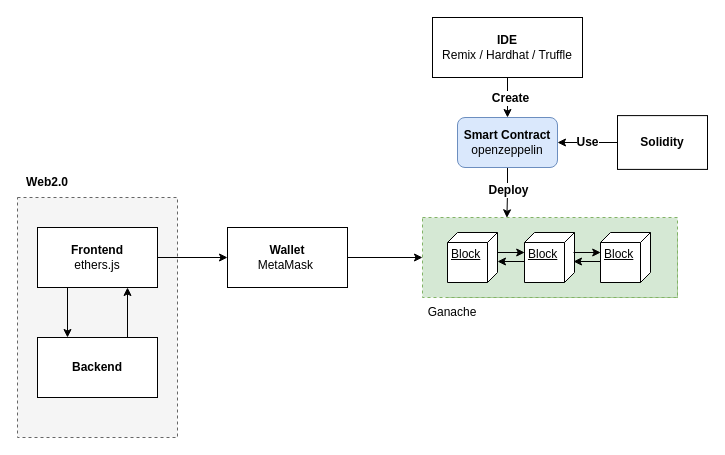
The draw.io diagram page "Page-2" (2 of 2) of web3-map.drawio in LiuJin1203/graph, before the edit. Source tidied: cells renumbered, new cells numbered last; positions are measured from the earlier drawing's top-left corner, leaving out a move shared by most shapes. Both pictures are drawn from the tidied source at 100%, with x=0, y=0 at pixel (17, 17).
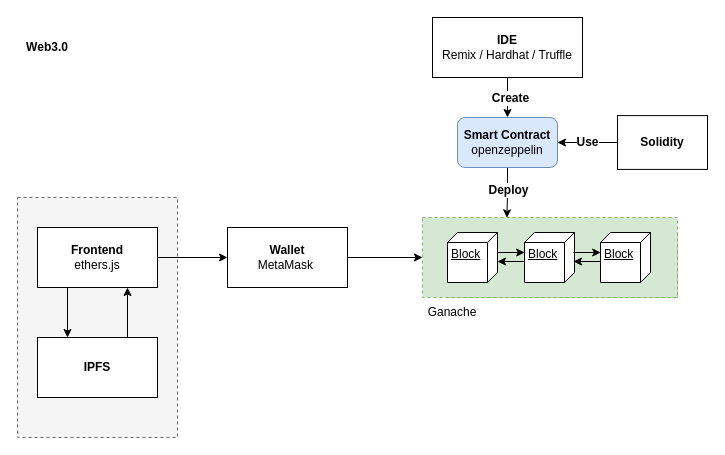
After the change.

Diff of the diagram source:
```diff
@@
-    <mxCell id="7" value="&lt;b&gt;Backend&lt;/b&gt;" style="rounded=0;whiteSpace=wrap;html=1;" parent="1" vertex="1">
+    <mxCell id="7" value="&lt;b&gt;IPFS&lt;/b&gt;" style="rounded=0;whiteSpace=wrap;html=1;" parent="1" vertex="1">
       <mxGeometry x="20" y="320" width="120" height="60" as="geometry" />
     </mxCell>
@@
-    <mxCell id="27" value="&lt;b&gt;Web2.0&lt;/b&gt;" style="text;html=1;strokeColor=none;fillColor=none;align=center;verticalAlign=middle;whiteSpace=wrap;rounded=0;dashed=1;fontSize=12;" parent="1" vertex="1">
-      <mxGeometry y="150" width="60" height="30" as="geometry" />
+    <mxCell id="27" value="&lt;b&gt;Web3.0&lt;/b&gt;" style="text;html=1;strokeColor=none;fillColor=none;align=center;verticalAlign=middle;whiteSpace=wrap;rounded=0;dashed=1;fontSize=12;" parent="1" vertex="1">
+      <mxGeometry y="15" width="60" height="30" as="geometry" />
     </mxCell>
```
